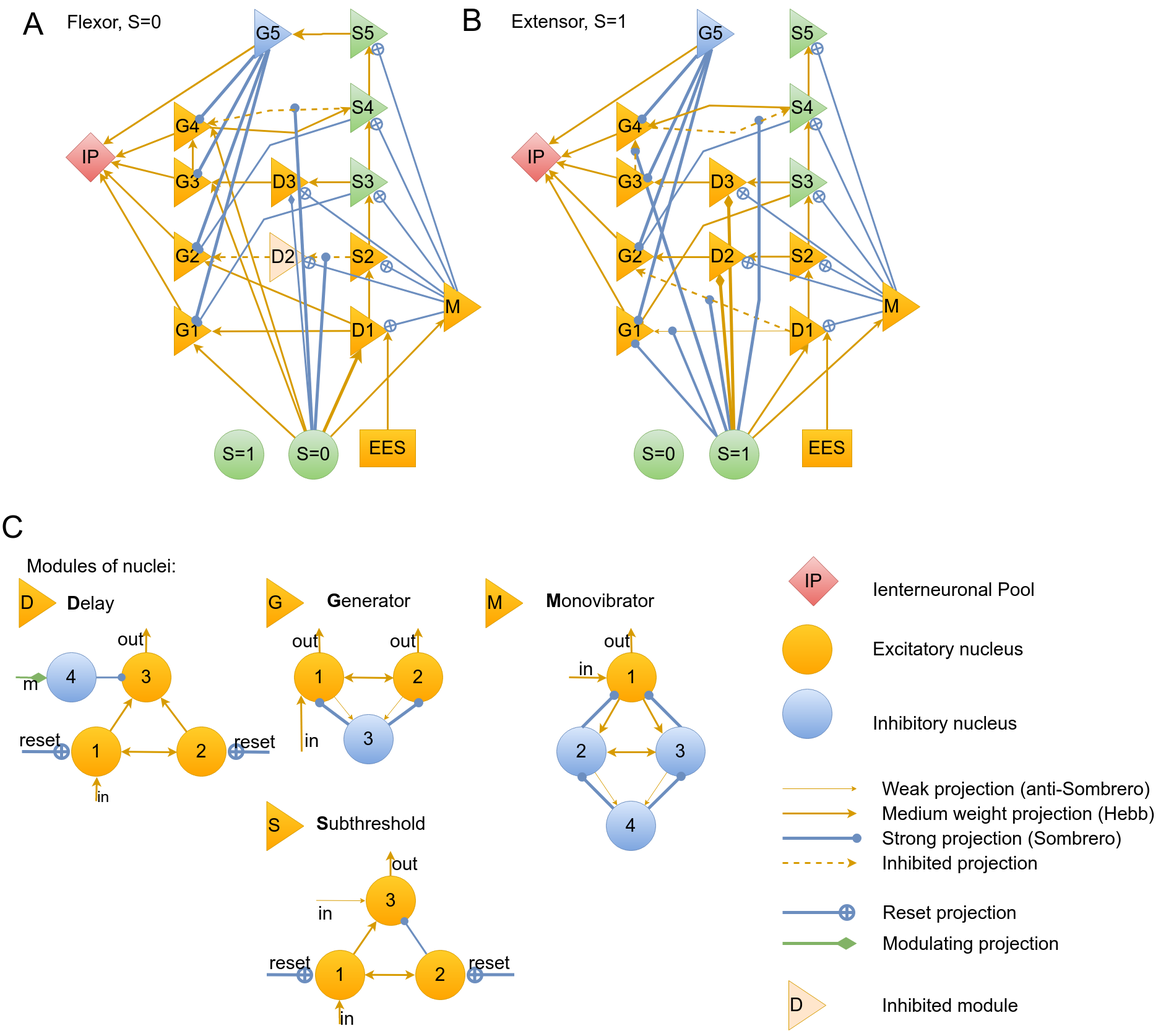
Earlier version of the draw.io export doc/diagram/cpg_generator_FE_paper.png (research-team/memristive-spinal-cord). Source tidied: cells renumbered, new cells last; positions are measured from the earlier drawing's top-left corner, leaving out a move shared by most shapes.
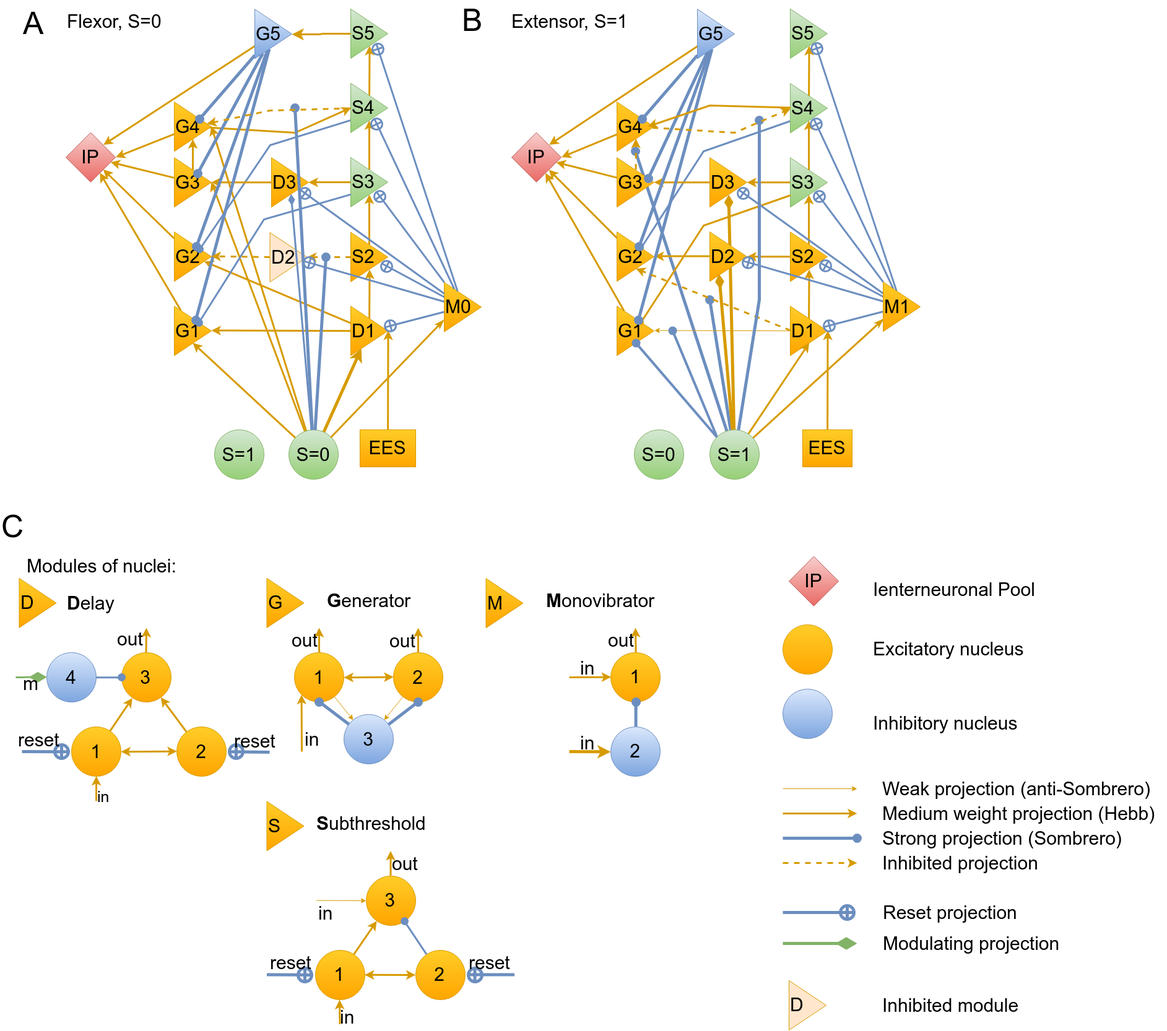
After the change.

Commit message:
CPG_FE: simplifed monovibrator

Change to the diagram source:
```diff
@@ -204,32 +204,23 @@
     <mxCell id="58" value="M" style="triangle;whiteSpace=wrap;html=1;rounded=0;shadow=0;glass=0;comic=0;labelBackgroundColor=none;strokeColor=#d79b00;strokeWidth=1;fillColor=#ffcd28;fontSize=30;fontColor=#000000;align=left;gradientColor=#ffa500;" parent="1" vertex="1">
       <mxGeometry x="784.5" y="934.2" width="60" height="80" as="geometry" />
     </mxCell>
-    <mxCell id="59" style="edgeStyle=none;rounded=0;comic=0;html=1;shadow=0;labelBackgroundColor=none;startArrow=none;startFill=0;startSize=6;endArrow=classic;endFill=1;endSize=6;jettySize=auto;strokeColor=#d79b00;strokeWidth=3;fillColor=#ffcd28;gradientColor=#ffa500;fontSize=30;fontColor=#000000;align=center;entryX=1;entryY=0;" parent="1" edge="1" source="61" target="63">
-      <mxGeometry relative="1" as="geometry" />
-    </mxCell>
-    <mxCell id="60" style="rounded=0;html=1;startArrow=none;startFill=0;endArrow=classic;endFill=1;endSize=6;jettySize=auto;strokeColor=#d79b00;strokeWidth=3;fontSize=20;fontColor=#000000;fillColor=#ffcd28;gradientColor=#ffa500;entryX=0;entryY=0;" parent="1" edge="1" source="61" target="69">
-      <mxGeometry relative="1" as="geometry" />
-    </mxCell>
     <mxCell id="61" value="1" style="ellipse;whiteSpace=wrap;html=1;rounded=0;shadow=0;glass=0;comic=0;labelBackgroundColor=none;strokeColor=#d79b00;strokeWidth=1;fillColor=#ffcd28;fontSize=30;fontColor=#000000;align=center;gradientColor=#ffa500;" parent="1" vertex="1">
-      <mxGeometry x="979.5" y="1054" width="80" height="80" as="geometry" />
+      <mxGeometry x="986" y="1054" width="80" height="80" as="geometry" />
     </mxCell>
     <mxCell id="62" value="out" style="edgeStyle=none;rounded=0;comic=0;html=1;shadow=0;labelBackgroundColor=none;startArrow=none;startFill=0;startSize=6;endArrow=classic;endFill=1;endSize=6;jettySize=auto;strokeColor=#d79b00;strokeWidth=3;fillColor=#ffcd28;gradientColor=#ffa500;fontSize=30;fontColor=#000000;align=right;exitX=0.5;exitY=0;" parent="1" edge="1" source="61">
       <mxGeometry relative="1" as="geometry">
-        <mxPoint x="1019" y="1014" as="targetPoint" />
+        <mxPoint x="1026" y="1014" as="targetPoint" />
       </mxGeometry>
     </mxCell>
     <mxCell id="63" value="2" style="ellipse;whiteSpace=wrap;html=1;rounded=0;shadow=0;glass=0;comic=0;labelBackgroundColor=none;strokeColor=#6c8ebf;strokeWidth=1;fillColor=#dae8fc;fontSize=30;fontColor=#000000;align=center;gradientColor=#7ea6e0;" parent="1" vertex="1">
-      <mxGeometry x="899" y="1174" width="80" height="80" as="geometry" />
+      <mxGeometry x="986" y="1174" width="80" height="80" as="geometry" />
     </mxCell>
     <mxCell id="64" value="&lt;b&gt;M&lt;/b&gt;onovibrator" style="text;html=1;align=left;verticalAlign=top;spacingTop=-4;fontSize=30;fontColor=#000000;" parent="1" vertex="1">
       <mxGeometry x="879.5" y="949.8" width="190" height="40" as="geometry" />
     </mxCell>
-    <mxCell id="65" style="edgeStyle=none;rounded=0;comic=0;html=1;shadow=0;labelBackgroundColor=none;startArrow=none;startFill=0;startSize=6;endArrow=oval;endFill=1;endSize=10;jettySize=auto;strokeColor=#6c8ebf;strokeWidth=5;fillColor=#dae8fc;gradientColor=#7ea6e0;fontSize=30;fontColor=#000000;align=center;entryX=0;entryY=1;exitX=0.5;exitY=0;" parent="1" edge="1" source="63" target="61">
+    <mxCell id="65" style="edgeStyle=none;rounded=0;comic=0;html=1;shadow=0;labelBackgroundColor=none;startArrow=none;startFill=0;startSize=6;endArrow=oval;endFill=1;endSize=10;jettySize=auto;strokeColor=#6c8ebf;strokeWidth=5;fillColor=#dae8fc;gradientColor=#7ea6e0;fontSize=30;fontColor=#000000;align=center;entryX=0.5;entryY=1;exitX=0.5;exitY=0;" parent="1" edge="1" source="63" target="61">
       <mxGeometry relative="1" as="geometry" />
     </mxCell>
-    <mxCell id="66" style="edgeStyle=none;rounded=0;comic=0;html=1;shadow=0;labelBackgroundColor=none;startArrow=none;startFill=0;startSize=6;endArrow=oval;endFill=1;endSize=10;jettySize=auto;strokeColor=#6c8ebf;strokeWidth=5;fillColor=#dae8fc;gradientColor=#7ea6e0;fontSize=30;fontColor=#000000;align=center;entryX=1;entryY=1;exitX=0.5;exitY=0;" parent="1" edge="1" source="69" target="61">
-      <mxGeometry relative="1" as="geometry" />
-    </mxCell>
     <mxCell id="67" style="edgeStyle=none;rounded=0;comic=0;html=1;shadow=0;labelBackgroundColor=none;startArrow=none;startFill=0;startSize=6;endArrow=classic;endFill=1;endSize=6;jettySize=auto;strokeColor=#d79b00;strokeWidth=3;fillColor=#ffcd28;gradientColor=#ffa500;fontSize=30;fontColor=#000000;align=center;entryX=0;entryY=0.5;" parent="1" edge="1" target="61">
       <mxGeometry relative="1" as="geometry">
         <mxPoint x="919" y="1094" as="sourcePoint" />
@@ -240,12 +231,6 @@
         <mxPoint y="1" as="offset" />
       </mxGeometry>
     </mxCell>
-    <mxCell id="69" value="3" style="ellipse;whiteSpace=wrap;html=1;rounded=0;shadow=0;glass=0;comic=0;labelBackgroundColor=none;strokeColor=#6c8ebf;strokeWidth=1;fillColor=#dae8fc;fontSize=30;fontColor=#000000;align=center;gradientColor=#7ea6e0;" parent="1" vertex="1">
-      <mxGeometry x="1059" y="1174" width="80" height="80" as="geometry" />
-    </mxCell>
-    <mxCell id="70" style="edgeStyle=none;rounded=0;comic=0;html=1;shadow=0;labelBackgroundColor=none;startArrow=classic;startFill=1;startSize=6;endArrow=classic;endFill=1;endSize=6;jettySize=auto;strokeColor=#d79b00;strokeWidth=3;fillColor=#ffcd28;gradientColor=#ffa500;fontSize=30;fontColor=#000000;align=center;entryX=0;entryY=0.5;exitX=1;exitY=0.5;" parent="1" edge="1" source="63" target="69">
-      <mxGeometry relative="1" as="geometry" />
-    </mxCell>
     <mxCell id="71" style="edgeStyle=none;rounded=0;comic=0;html=1;shadow=0;labelBackgroundColor=none;startArrow=none;startFill=0;startSize=6;endArrow=circlePlus;endFill=0;endSize=6;jettySize=auto;strokeColor=#6c8ebf;strokeWidth=5;fillColor=#dae8fc;gradientColor=#7ea6e0;fontSize=30;fontColor=#000000;align=center;" parent="1" edge="1" target="18">
       <mxGeometry relative="1" as="geometry">
         <mxPoint x="435" y="1215" as="sourcePoint" />
@@ -262,23 +247,6 @@
     <mxCell id="74" value="reset" style="text;html=1;align=center;verticalAlign=bottom;labelBackgroundColor=none;fontSize=30;fontColor=#000000;" parent="73" vertex="1">
       <mxGeometry x="-0.32" y="1" relative="1" as="geometry" />
     </mxCell>
-    <mxCell id="75" style="edgeStyle=none;rounded=0;comic=0;html=1;shadow=0;labelBackgroundColor=none;startArrow=none;startFill=0;startSize=6;endArrow=classic;endFill=1;endSize=6;jettySize=auto;strokeColor=#d79b00;strokeWidth=1;fillColor=#ffcd28;gradientColor=#ffa500;fontSize=30;fontColor=#000000;align=center;" parent="1" edge="1" source="63" target="77">
-      <mxGeometry relative="1" as="geometry" />
-    </mxCell>
-    <mxCell id="76" style="edgeStyle=none;rounded=0;comic=0;html=1;shadow=0;labelBackgroundColor=none;startArrow=none;startFill=0;startSize=6;endArrow=classic;endFill=1;endSize=6;jettySize=auto;strokeColor=#d79b00;strokeWidth=1;fillColor=#ffcd28;gradientColor=#ffa500;fontSize=30;fontColor=#000000;align=center;" parent="1" edge="1" source="69" target="77">
-      <mxGeometry relative="1" as="geometry" />
-    </mxCell>
-    <mxCell id="77" value="4" style="ellipse;whiteSpace=wrap;html=1;rounded=0;shadow=0;glass=0;comic=0;labelBackgroundColor=none;strokeColor=#6c8ebf;strokeWidth=1;fillColor=#dae8fc;fontSize=30;fontColor=#000000;align=center;gradientColor=#7ea6e0;" parent="1" vertex="1">
-      <mxGeometry x="979" y="1294.2" width="80" height="80" as="geometry" />
-    </mxCell>
-    <mxCell id="78" style="edgeStyle=none;rounded=0;comic=0;html=1;shadow=0;labelBackgroundColor=none;startArrow=none;startFill=0;startSize=6;endArrow=oval;endFill=1;endSize=10;jettySize=auto;strokeColor=#6c8ebf;strokeWidth=5;fillColor=#dae8fc;gradientColor=#7ea6e0;fontSize=30;fontColor=#000000;align=center;entryX=0.5;entryY=1;" parent="1" edge="1" source="77" target="63">
-      <mxGeometry relative="1" as="geometry" />
-    </mxCell>
-    <mxCell id="79" style="edgeStyle=none;rounded=0;comic=0;html=1;shadow=0;labelBackgroundColor=none;startArrow=none;startFill=0;startSize=6;endArrow=oval;endFill=1;endSize=10;jettySize=auto;strokeColor=#6c8ebf;strokeWidth=5;fillColor=#dae8fc;gradientColor=#7ea6e0;fontSize=30;fontColor=#000000;align=center;" parent="1" edge="1" source="77">
-      <mxGeometry relative="1" as="geometry">
-        <mxPoint x="1100" y="1254" as="targetPoint" />
-      </mxGeometry>
-    </mxCell>
     <mxCell id="80" value="Inhibited module" style="text;html=1;align=left;verticalAlign=top;spacingTop=-4;fontSize=30;fontColor=#000000;" parent="1" vertex="1">
       <mxGeometry x="1423" y="1604" width="240" height="40" as="geometry" />
     </mxCell>
@@ -339,6 +307,17 @@
         <mxPoint x="1384" y="1394" as="targetPoint" />
       </mxGeometry>
     </mxCell>
+    <mxCell id="213" style="edgeStyle=none;rounded=0;comic=0;html=1;shadow=0;labelBackgroundColor=none;startArrow=none;startFill=0;startSize=6;endArrow=classic;endFill=1;endSize=6;jettySize=auto;orthogonalLoop=1;strokeColor=#d79b00;strokeWidth=5;fillColor=#ffcd28;gradientColor=#ffa500;fontSize=30;fontColor=#000000;align=center;entryX=0;entryY=0.5;" parent="1" edge="1">
+      <mxGeometry relative="1" as="geometry">
+        <mxPoint x="919" y="1214" as="sourcePoint" />
+        <mxPoint x="986.2" y="1214.4" as="targetPoint" />
+      </mxGeometry>
+    </mxCell>
+    <mxCell id="214" value="in" style="text;html=1;align=left;verticalAlign=bottom;labelBackgroundColor=none;fontSize=30;fontColor=#000000;" parent="213" vertex="1">
+      <mxGeometry x="-0.54" y="-3" relative="1" as="geometry">
+        <mxPoint y="1" as="offset" />
+      </mxGeometry>
+    </mxCell>
     <mxCell id="94" value="CPG_FE" parent="0" />
     <mxCell id="95" value="G1" style="triangle;whiteSpace=wrap;html=1;rounded=0;shadow=0;glass=0;comic=0;labelBackgroundColor=none;strokeColor=#d79b00;strokeWidth=1;fillColor=#ffcd28;fontSize=30;fontColor=#000000;align=left;gradientColor=#ffa500;" parent="94" vertex="1">
       <mxGeometry x="996" y="494.2" width="60" height="80" as="geometry" />
@@ -677,10 +656,10 @@
     <mxCell id="197" style="edgeStyle=none;rounded=0;comic=0;html=1;shadow=0;labelBackgroundColor=none;startArrow=none;startFill=0;startSize=6;endArrow=circlePlus;endFill=0;endSize=6;jettySize=auto;strokeColor=#6c8ebf;strokeWidth=3;fillColor=#dae8fc;gradientColor=#7ea6e0;fontSize=30;fontColor=#000000;align=left;" parent="94" edge="1" source="198" target="164">
       <mxGeometry relative="1" as="geometry" />
     </mxCell>
-    <mxCell id="198" value="M" style="triangle;whiteSpace=wrap;html=1;rounded=0;shadow=0;glass=0;comic=0;labelBackgroundColor=none;strokeColor=#d79b00;strokeWidth=1;fillColor=#ffcd28;fontSize=30;fontColor=#000000;align=left;gradientColor=#ffa500;" parent="94" vertex="1">
+    <mxCell id="198" value="M1" style="triangle;whiteSpace=wrap;html=1;rounded=0;shadow=0;glass=0;comic=0;labelBackgroundColor=none;strokeColor=#d79b00;strokeWidth=1;fillColor=#ffcd28;fontSize=30;fontColor=#000000;align=left;gradientColor=#ffa500;" parent="94" vertex="1">
       <mxGeometry x="1426" y="455.2" width="60" height="80" as="geometry" />
     </mxCell>
-    <mxCell id="199" value="M" style="triangle;whiteSpace=wrap;html=1;rounded=0;shadow=0;glass=0;comic=0;labelBackgroundColor=none;strokeColor=#d79b00;strokeWidth=1;fillColor=#ffcd28;fontSize=30;fontColor=#000000;align=left;gradientColor=#ffa500;" parent="94" vertex="1">
+    <mxCell id="199" value="M0" style="triangle;whiteSpace=wrap;html=1;rounded=0;shadow=0;glass=0;comic=0;labelBackgroundColor=none;strokeColor=#d79b00;strokeWidth=1;fillColor=#ffcd28;fontSize=30;fontColor=#000000;align=left;gradientColor=#ffa500;" parent="94" vertex="1">
       <mxGeometry x="717" y="455.7" width="60" height="80" as="geometry" />
     </mxCell>
     <mxCell id="200" style="edgeStyle=none;rounded=0;comic=0;html=1;entryX=0.652;entryY=0.665;entryPerimeter=0;shadow=0;labelBackgroundColor=none;startArrow=none;startFill=0;startSize=6;endArrow=circlePlus;endFill=0;endSize=6;jettySize=auto;strokeColor=#6c8ebf;strokeWidth=3;fillColor=#dae8fc;gradientColor=#7ea6e0;fontSize=30;fontColor=#000000;align=left;" parent="94" edge="1" source="199">
```
